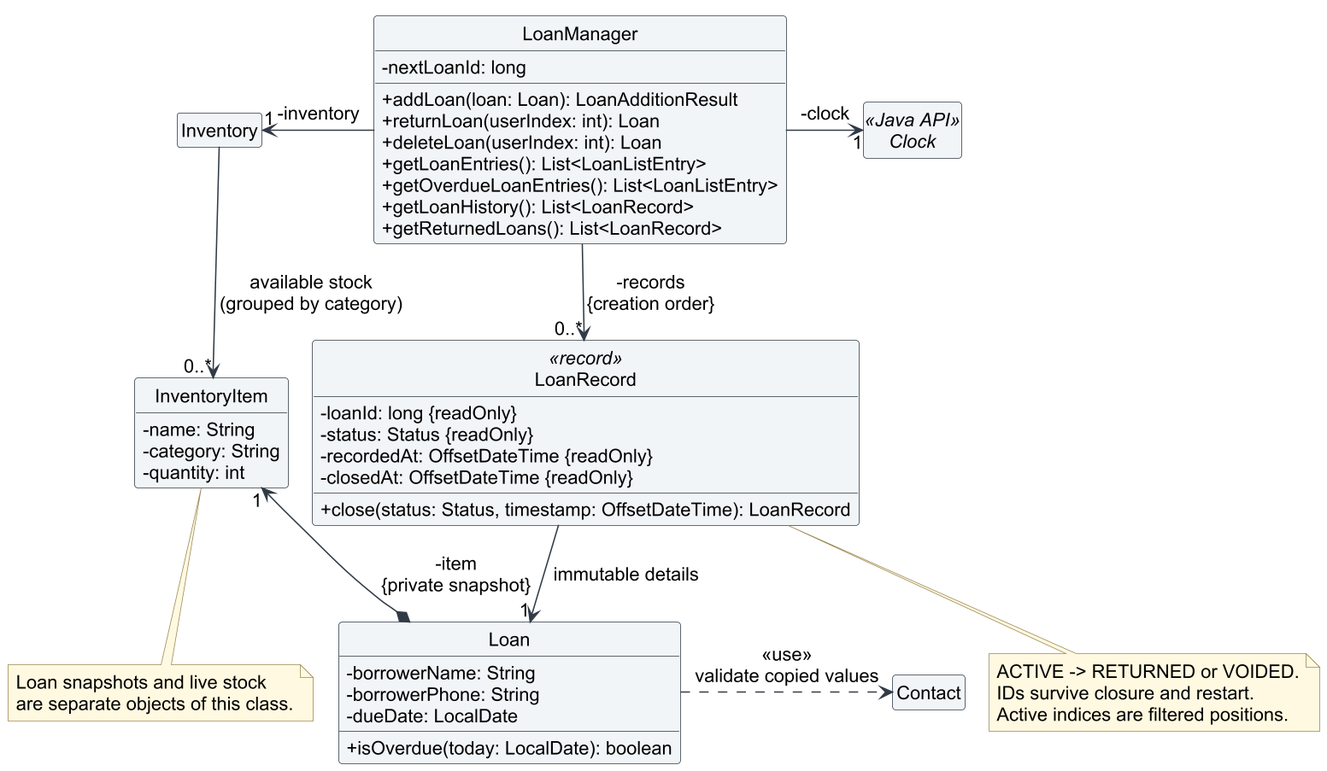
Before: docs/images/loan-tracking-class.png, a diagram exported from PlantUML (AY2627S1-CS2113-T11-3/tp). The source it was exported from:
```plantuml
@startuml
!pragma layout smetana
!include loan-style.puml
hide circle
hide empty members
top to bottom direction
skinparam nodesep 45
skinparam ranksep 55

class LoanManager {
    -nextLoanId: long
    +addLoan(loan: Loan): LoanAdditionResult
    +returnLoan(userIndex: int): Loan
    +deleteLoan(userIndex: int): Loan
    +getLoanEntries(): List<LoanListEntry>
    +getOverdueLoanEntries(): List<LoanListEntry>
    +getLoanHistory(): List<LoanRecord>
    +getReturnedLoans(): List<LoanRecord>
}

class LoanRecord <<record>> {
    -loanId: long {readOnly}
    -status: Status {readOnly}
    -recordedAt: OffsetDateTime {readOnly}
    -closedAt: OffsetDateTime {readOnly}
    +close(status: Status, timestamp: OffsetDateTime): LoanRecord
}

class Inventory
abstract class Clock <<Java API>>

class Loan {
    -borrowerName: String
    -borrowerPhone: String
    -dueDate: LocalDate
    +isOverdue(today: LocalDate): boolean
}

class InventoryItem {
    -name: String
    -category: String
    -quantity: int
}

class Contact

LoanManager -left-> "1" Inventory : -inventory
LoanManager -right-> "1" Clock : -clock
LoanManager -down-> "0..*" LoanRecord : -records\n{creation order}
LoanRecord --> "1" Loan : immutable details
Loan *-left-> "1" InventoryItem : -item\n{private snapshot}
Inventory -down-> "0..*" InventoryItem : available stock\n(grouped by category)
Loan .right.> Contact : <<use>>\nvalidate copied values

note bottom of LoanRecord
  ACTIVE -> RETURNED or VOIDED.
  IDs survive closure and restart.
  Active indices are filtered positions.
end note

note bottom of InventoryItem
  Loan snapshots and live stock
  are separate objects of this class.
end note
@enduml
```
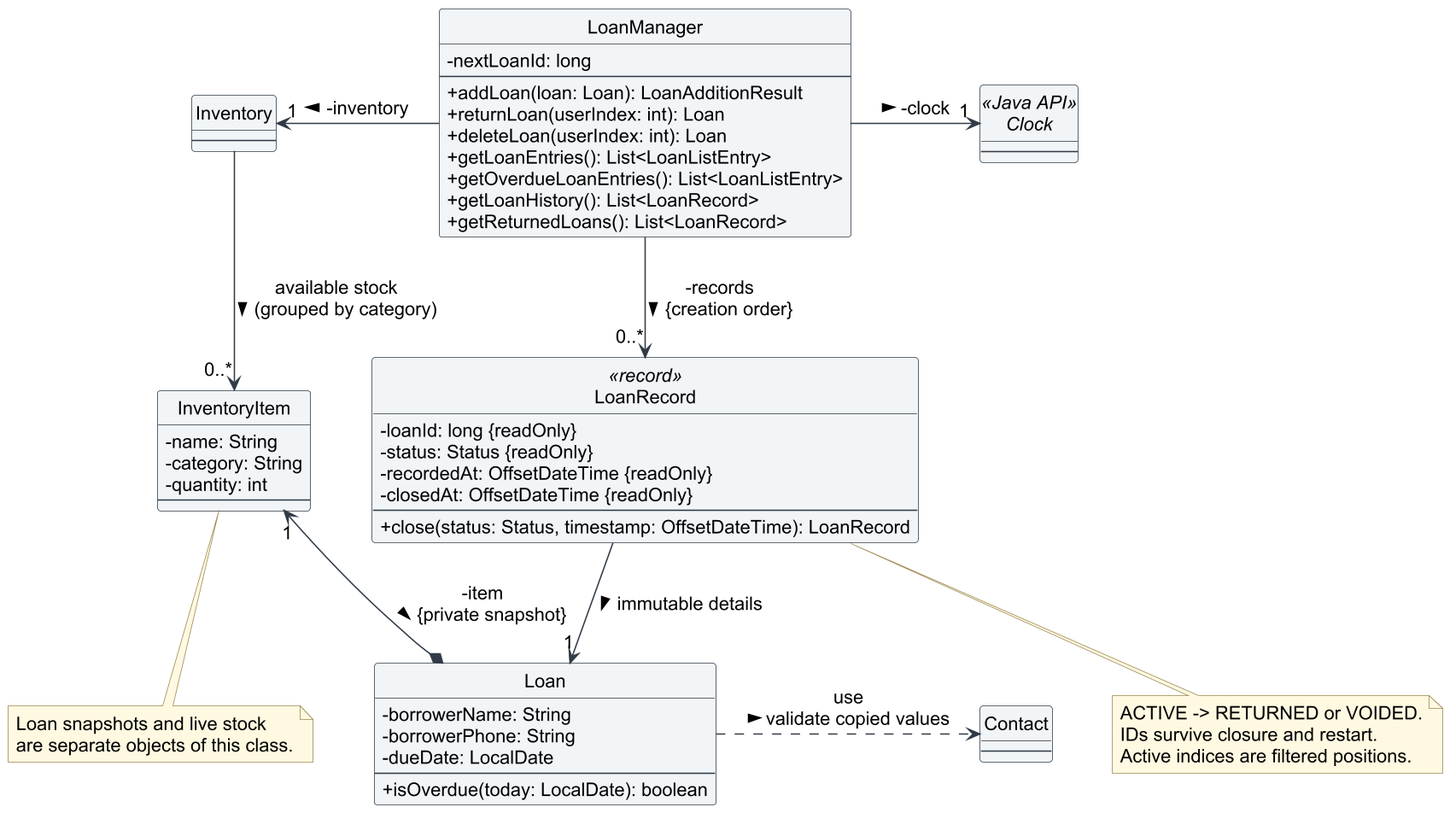
The same diagram one commit later.

What changed in the source:
```diff
@@ -1,56 +1,64 @@
 @startuml
-!pragma layout smetana
 !include loan-style.puml
 hide circle
-hide empty members
 top to bottom direction
 skinparam nodesep 45
 skinparam ranksep 55
 
 class LoanManager {
-    -nextLoanId: long
-    +addLoan(loan: Loan): LoanAdditionResult
-    +returnLoan(userIndex: int): Loan
-    +deleteLoan(userIndex: int): Loan
-    +getLoanEntries(): List<LoanListEntry>
-    +getOverdueLoanEntries(): List<LoanListEntry>
-    +getLoanHistory(): List<LoanRecord>
-    +getReturnedLoans(): List<LoanRecord>
+    {field} -nextLoanId: long
+    --
+    {field} +addLoan(loan: Loan): LoanAdditionResult
+    {field} +returnLoan(userIndex: int): Loan
+    {field} +deleteLoan(userIndex: int): Loan
+    {field} +getLoanEntries(): List<LoanListEntry>
+    {field} +getOverdueLoanEntries(): List<LoanListEntry>
+    {field} +getLoanHistory(): List<LoanRecord>
+    {field} +getReturnedLoans(): List<LoanRecord>
 }
 
 class LoanRecord <<record>> {
-    -loanId: long {readOnly}
-    -status: Status {readOnly}
-    -recordedAt: OffsetDateTime {readOnly}
-    -closedAt: OffsetDateTime {readOnly}
-    +close(status: Status, timestamp: OffsetDateTime): LoanRecord
+    {field} -loanId: long {readOnly}
+    {field} -status: Status {readOnly}
+    {field} -recordedAt: OffsetDateTime {readOnly}
+    {field} -closedAt: OffsetDateTime {readOnly}
+    --
+    {field} +close(status: Status, timestamp: OffsetDateTime): LoanRecord
 }
 
-class Inventory
-abstract class Clock <<Java API>>
+class Inventory {
+    --
+}
+abstract class Clock <<Java API>> {
+    --
+}
 
 class Loan {
-    -borrowerName: String
-    -borrowerPhone: String
-    -dueDate: LocalDate
-    +isOverdue(today: LocalDate): boolean
+    {field} -borrowerName: String
+    {field} -borrowerPhone: String
+    {field} -dueDate: LocalDate
+    --
+    {field} +isOverdue(today: LocalDate): boolean
 }
 
 class InventoryItem {
-    -name: String
-    -category: String
-    -quantity: int
+    {field} -name: String
+    {field} -category: String
+    {field} -quantity: int
+    --
 }
 
-class Contact
+class Contact {
+    --
+}
 
-LoanManager -left-> "1" Inventory : -inventory
-LoanManager -right-> "1" Clock : -clock
-LoanManager -down-> "0..*" LoanRecord : -records\n{creation order}
-LoanRecord --> "1" Loan : immutable details
-Loan *-left-> "1" InventoryItem : -item\n{private snapshot}
-Inventory -down-> "0..*" InventoryItem : available stock\n(grouped by category)
-Loan .right.> Contact : <<use>>\nvalidate copied values
+LoanManager -left-> "1" Inventory : -inventory >
+LoanManager -right-> "1" Clock : -clock >
+LoanManager -down-> "0..*" LoanRecord : -records\n{creation order} >
+LoanRecord --> "1" Loan : immutable details >
+Loan *-left-> "1" InventoryItem : -item\n{private snapshot} >
+Inventory -down-> "0..*" InventoryItem : available stock\n(grouped by category) >
+Loan .right.> Contact : <<use>>\nvalidate copied values >
 
 note bottom of LoanRecord
   ACTIVE -> RETURNED or VOIDED.
```
